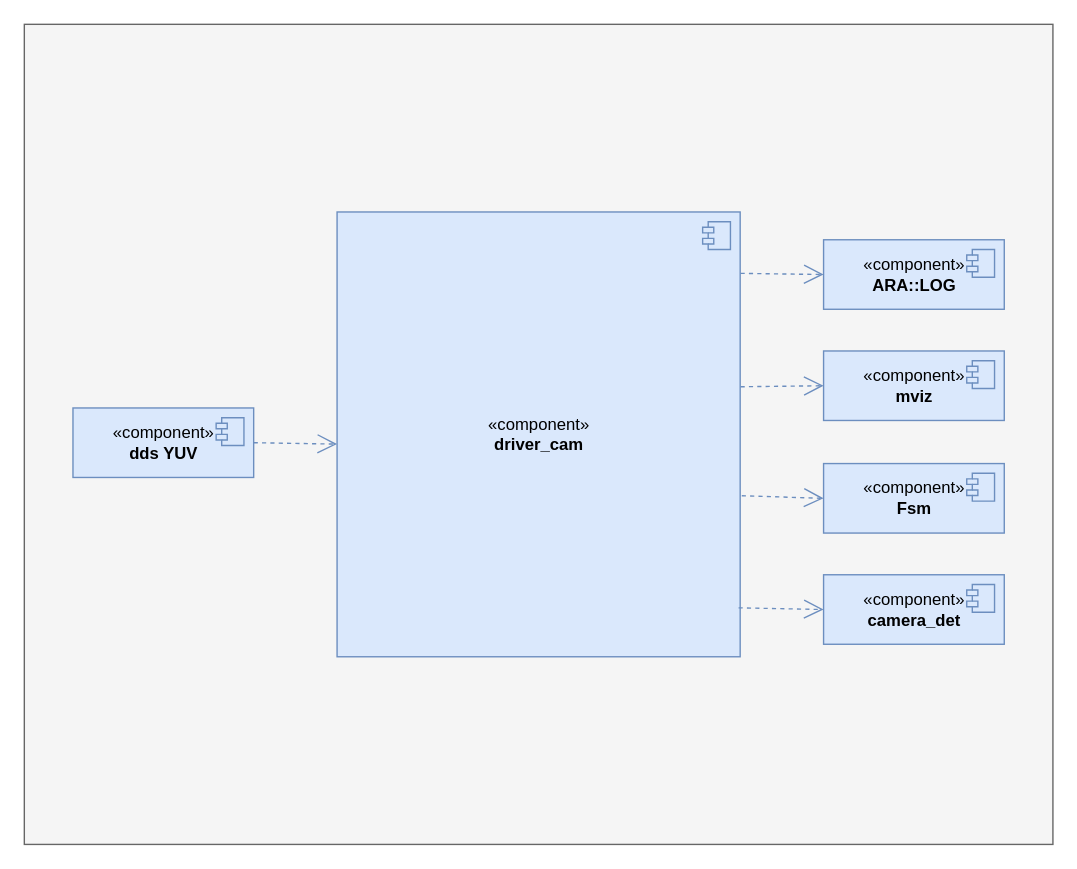
Before: venc模块依赖关系.drawio in xiaoleli/diagrams, a draw.io diagram. Source tidied: cells renumbered, new cells numbered last; positions are measured from the earlier drawing's top-left corner, leaving out a move shared by most shapes. Both pictures are drawn from the tidied source at 139%, with x=0, y=0 at pixel (24, 24).
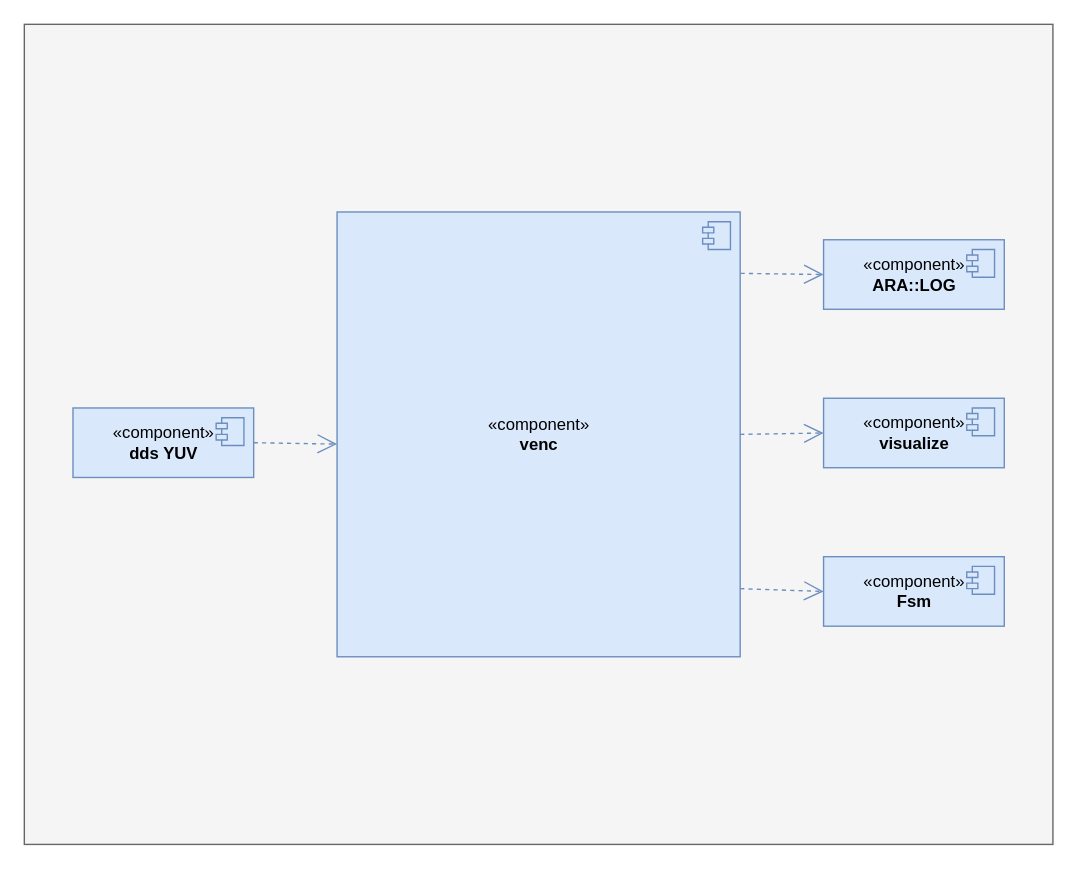
After the change.

Commit message:
更新venc模块依赖关系.drawio

Diff of the diagram source:
```diff
@@
-    <mxCell id="3" value="«c&lt;span&gt;omponent&lt;/span&gt;»&lt;br&gt;&lt;span&gt;&lt;b&gt;driver_cam&lt;/b&gt;&lt;/span&gt;" style="html=1;fontStyle=0;fillColor=#dae8fc;strokeColor=#6c8ebf;" parent="1" vertex="1">
+    <mxCell id="3" value="«c&lt;span&gt;omponent&lt;/span&gt;»&lt;br&gt;&lt;span&gt;&lt;b&gt;venc&lt;/b&gt;&lt;/span&gt;" style="html=1;fontStyle=0;fillColor=#dae8fc;strokeColor=#6c8ebf;" parent="1" vertex="1">
       <mxGeometry x="225" y="135" width="290" height="320" as="geometry" />
     </mxCell>
@@
     <mxCell id="10" value="«c&lt;span&gt;omponent&lt;/span&gt;»&lt;br&gt;&lt;b&gt;Fsm&lt;/b&gt;" style="html=1;fontStyle=0;fillColor=#dae8fc;strokeColor=#6c8ebf;align=center;" parent="1" vertex="1">
-      <mxGeometry x="575" y="316" width="130" height="50" as="geometry" />
+      <mxGeometry x="575" y="383" width="130" height="50" as="geometry" />
     </mxCell>
@@
-    <mxCell id="12" value="«c&lt;span&gt;omponent&lt;/span&gt;»&lt;br&gt;&lt;b&gt;camera_det&lt;/b&gt;" style="html=1;fontStyle=0;fillColor=#dae8fc;strokeColor=#6c8ebf;align=center;" parent="1" vertex="1">
-      <mxGeometry x="575" y="396" width="130" height="50" as="geometry" />
-    </mxCell>
-    <mxCell id="13" style="shape=module;jettyWidth=8;jettyHeight=4;fillColor=#dae8fc;strokeColor=#6c8ebf;" parent="12" vertex="1">
-      <mxGeometry x="1" width="20" height="20" relative="1" as="geometry">
-        <mxPoint x="-27" y="7" as="offset" />
-      </mxGeometry>
-    </mxCell>
@@
-    <mxCell id="15" style="endArrow=open;endSize=12;dashed=1;html=1;rounded=0;exitX=1.004;exitY=0.638;exitDx=0;exitDy=0;fillColor=#dae8fc;strokeColor=#6c8ebf;entryX=0;entryY=0.5;entryDx=0;entryDy=0;exitPerimeter=0;" parent="1" edge="1" source="3" target="10">
-      <mxGeometry relative="1" as="geometry" />
+    <mxCell id="15" style="endArrow=open;endSize=12;dashed=1;html=1;rounded=0;fillColor=#dae8fc;strokeColor=#6c8ebf;entryX=0;entryY=0.5;entryDx=0;entryDy=0;" parent="1" edge="1" target="10">
+      <mxGeometry relative="1" as="geometry">
+        <mxPoint x="515" y="406" as="sourcePoint" />
+      </mxGeometry>
     </mxCell>
-    <mxCell id="16" style="endArrow=open;endSize=12;dashed=1;html=1;rounded=0;entryX=0;entryY=0.5;entryDx=0;entryDy=0;fillColor=#dae8fc;strokeColor=#6c8ebf;exitX=0.996;exitY=0.89;exitDx=0;exitDy=0;exitPerimeter=0;" parent="1" edge="1" source="3" target="12">
-      <mxGeometry relative="1" as="geometry" />
-    </mxCell>
-    <mxCell id="17" value="«c&lt;span&gt;omponent&lt;/span&gt;»&lt;br&gt;&lt;b&gt;mviz&lt;/b&gt;" style="html=1;fontStyle=0;fillColor=#dae8fc;strokeColor=#6c8ebf;align=center;" parent="1" vertex="1">
-      <mxGeometry x="575" y="235" width="130" height="50" as="geometry" />
+    <mxCell id="17" value="«c&lt;span&gt;omponent&lt;/span&gt;»&lt;br&gt;&lt;b&gt;visualize&lt;/b&gt;" style="html=1;fontStyle=0;fillColor=#dae8fc;strokeColor=#6c8ebf;align=center;" parent="1" vertex="1">
+      <mxGeometry x="575" y="269" width="130" height="50" as="geometry" />
     </mxCell>
@@
-    <mxCell id="19" style="endArrow=open;endSize=12;dashed=1;html=1;rounded=0;entryX=0;entryY=0.5;entryDx=0;entryDy=0;exitX=1.001;exitY=0.393;exitDx=0;exitDy=0;fillColor=#dae8fc;strokeColor=#6c8ebf;exitPerimeter=0;" parent="1" edge="1" source="3" target="17">
+    <mxCell id="19" style="endArrow=open;endSize=12;dashed=1;html=1;rounded=0;entryX=0;entryY=0.5;entryDx=0;entryDy=0;exitX=1;exitY=0.5;exitDx=0;exitDy=0;fillColor=#dae8fc;strokeColor=#6c8ebf;" parent="1" edge="1" source="3" target="17">
       <mxGeometry relative="1" as="geometry" />
     </mxCell>
```
